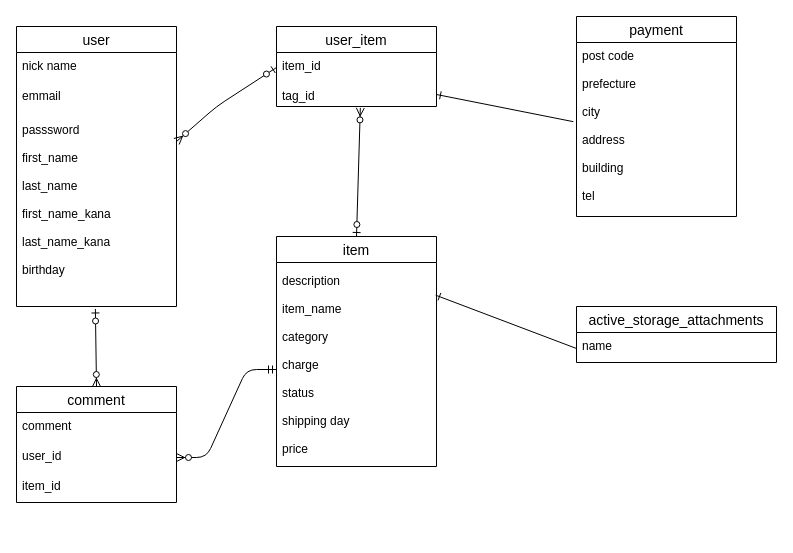
tasukuyusato/furima-38444 keeps this draw.io diagram as test.dio. Above is the earlier version. Source tidied: cells renumbered, new cells numbered last; positions are measured from the earlier drawing's top-left corner, leaving out a move shared by most shapes. Both pictures are drawn from the tidied source at 100%, with x=0, y=0 at pixel (16, 16).
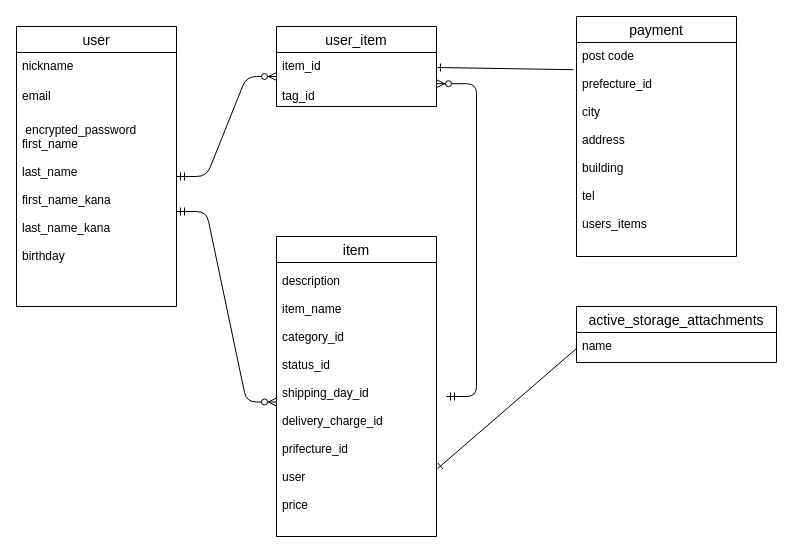
The same page after the edit.

Unchanged cells that the change refers to:
```xml
<mxCell id="2" value="user" style="swimlane;fontStyle=0;horizontal=1;startSize=26;align=center;fontSize=14;" parent="1" vertex="1">
  <mxGeometry y="10" width="160" height="280" as="geometry" />
</mxCell>
<mxCell id="12" value="item_id" style="text;strokeColor=none;fillColor=none;spacingLeft=4;spacingRight=4;overflow=hidden;points=[[0,0.5],[1,0.5]];portConstraint=eastwest;fontSize=12;" parent="11" vertex="1">
  <mxGeometry y="26" width="160" height="30" as="geometry" />
</mxCell>
<mxCell id="13" value="tag_id" style="text;strokeColor=none;fillColor=none;spacingLeft=4;spacingRight=4;overflow=hidden;points=[[0,0.5],[1,0.5]];portConstraint=eastwest;fontSize=12;" parent="11" vertex="1">
  <mxGeometry y="56" width="160" height="24" as="geometry" />
</mxCell>
<mxCell id="14" value="active_storage_attachments" style="swimlane;fontStyle=0;horizontal=1;startSize=26;align=center;fontSize=14;" parent="1" vertex="1">
  <mxGeometry x="560" y="290" width="200" height="56" as="geometry" />
</mxCell>
```

What changed in the source:
```diff
@@
-    <mxCell id="3" value="nick name" style="text;strokeColor=none;fillColor=none;spacingLeft=4;spacingRight=4;overflow=hidden;fontSize=12;" parent="2" vertex="1">
+    <mxCell id="3" value="nickname" style="text;strokeColor=none;fillColor=none;spacingLeft=4;spacingRight=4;overflow=hidden;fontSize=12;" parent="2" vertex="1">
       <mxGeometry y="26" width="160" height="30" as="geometry" />
     </mxCell>
-    <mxCell id="4" value="emmail" style="text;strokeColor=none;fillColor=none;spacingLeft=4;spacingRight=4;overflow=hidden;fontSize=12;" parent="2" vertex="1">
+    <mxCell id="4" value="email" style="text;strokeColor=none;fillColor=none;spacingLeft=4;spacingRight=4;overflow=hidden;fontSize=12;" parent="2" vertex="1">
       <mxGeometry y="56" width="160" height="224" as="geometry" />
     </mxCell>
-    <mxCell id="5" value="comment" style="swimlane;fontStyle=0;horizontal=1;startSize=26;align=center;fontSize=14;" parent="1" vertex="1">
-      <mxGeometry y="370" width="160" height="116" as="geometry" />
-    </mxCell>
-    <mxCell id="6" value="comment" style="text;strokeColor=none;fillColor=none;spacingLeft=4;spacingRight=4;overflow=hidden;fontSize=12;" parent="5" vertex="1">
-      <mxGeometry y="26" width="160" height="30" as="geometry" />
-    </mxCell>
-    <mxCell id="7" value="user_id" style="text;strokeColor=none;fillColor=none;spacingLeft=4;spacingRight=4;overflow=hidden;points=[[0,0.5],[1,0.5]];portConstraint=eastwest;fontSize=12;" parent="5" vertex="1">
-      <mxGeometry y="56" width="160" height="30" as="geometry" />
-    </mxCell>
-    <mxCell id="8" value="item_id" style="text;strokeColor=none;fillColor=none;spacingLeft=4;spacingRight=4;overflow=hidden;fontSize=12;" parent="5" vertex="1">
-      <mxGeometry y="86" width="160" height="30" as="geometry" />
-    </mxCell>
-    <mxCell id="9" value="passsword&#10;&#10;first_name&#10;&#10;last_name&#10;&#10;first_name_kana&#10;&#10;last_name_kana&#10;&#10;birthday" style="text;strokeColor=none;fillColor=none;spacingLeft=4;spacingRight=4;overflow=hidden;points=[[0,0.5],[1,0.5]];portConstraint=eastwest;fontSize=12;" parent="1" vertex="1">
+    <mxCell id="9" value=" encrypted_password&#10;first_name&#10;&#10;last_name&#10;&#10;first_name_kana&#10;&#10;last_name_kana&#10;&#10;birthday" style="text;strokeColor=none;fillColor=none;spacingLeft=4;spacingRight=4;overflow=hidden;points=[[0,0.5],[1,0.5]];portConstraint=eastwest;fontSize=12;" parent="1" vertex="1">
       <mxGeometry y="100" width="160" height="190" as="geometry" />
     </mxCell>
     <mxCell id="10" value="item" style="swimlane;fontStyle=0;horizontal=1;startSize=26;align=center;fontSize=14;" parent="1" vertex="1">
-      <mxGeometry x="260" y="220" width="160" height="230" as="geometry" />
+      <mxGeometry x="260" y="220" width="160" height="300" as="geometry" />
     </mxCell>
@@
     <mxCell id="16" value="payment" style="swimlane;fontStyle=0;horizontal=1;startSize=26;align=center;fontSize=14;" parent="1" vertex="1">
-      <mxGeometry x="560" width="160" height="200" as="geometry" />
+      <mxGeometry x="560" width="160" height="240" as="geometry" />
     </mxCell>
-    <mxCell id="17" value="post code&#10;&#10;prefecture&#10;&#10;city&#10;&#10;address&#10;&#10;building&#10;&#10;tel" style="text;strokeColor=none;fillColor=none;spacingLeft=4;spacingRight=4;overflow=hidden;points=[[0,0.5],[1,0.5]];portConstraint=eastwest;fontSize=12;" parent="16" vertex="1">
-      <mxGeometry y="26" width="160" height="174" as="geometry" />
+    <mxCell id="17" value="post code&#10;&#10;prefecture_id&#10;&#10;city&#10;&#10;address&#10;&#10;building&#10;&#10;tel&#10;&#10;users_items" style="text;strokeColor=none;fillColor=none;spacingLeft=4;spacingRight=4;overflow=hidden;points=[[0,0.5],[1,0.5]];portConstraint=eastwest;fontSize=12;" parent="16" vertex="1">
+      <mxGeometry y="26" width="160" height="214" as="geometry" />
     </mxCell>
-    <mxCell id="18" style="fontSize=12;html=1;endArrow=ERzeroToMany;startArrow=ERzeroToOne;entryX=0.5;entryY=0;entryDx=0;entryDy=0;exitX=0.493;exitY=1.013;exitDx=0;exitDy=0;exitPerimeter=0;" parent="1" edge="1" source="9" target="5">
-      <mxGeometry relative="1" as="geometry" />
-    </mxCell>
-    <mxCell id="19" style="fontSize=12;html=1;endArrow=ERone;endFill=1;exitX=0;exitY=0.75;exitDx=0;exitDy=0;entryX=0.995;entryY=0.253;entryDx=0;entryDy=0;entryPerimeter=0;" parent="1" edge="1" source="14">
-      <mxGeometry relative="1" as="geometry">
-        <mxPoint x="419.2" y="278.7" as="targetPoint" />
-      </mxGeometry>
+    <mxCell id="19" style="fontSize=12;html=1;endArrow=ERone;endFill=1;exitX=0;exitY=0.75;exitDx=0;exitDy=0;entryX=1.006;entryY=0.748;entryDx=0;entryDy=0;entryPerimeter=0;" parent="1" edge="1" source="14" target="24">
+      <mxGeometry relative="1" as="geometry" />
     </mxCell>
-    <mxCell id="20" style="edgeStyle=entityRelationEdgeStyle;fontSize=12;html=1;endArrow=ERzeroToMany;startArrow=ERmandOne;exitX=0;exitY=0.5;exitDx=0;exitDy=0;entryX=1;entryY=0.5;entryDx=0;entryDy=0;" parent="1" edge="1" source="24" target="7">
-      <mxGeometry relative="1" as="geometry" />
-    </mxCell>
-    <mxCell id="21" style="fontSize=12;html=1;endArrow=ERzeroToMany;startArrow=ERzeroToOne;exitX=0;exitY=0.5;exitDx=0;exitDy=0;" parent="1" edge="1" source="12" target="9">
-      <mxGeometry relative="1" as="geometry">
-        <Array as="points">
-          <mxPoint x="200" y="90" />
-        </Array>
-      </mxGeometry>
-    </mxCell>
-    <mxCell id="22" style="fontSize=12;html=1;endArrow=ERzeroToMany;startArrow=ERzeroToOne;exitX=0.5;exitY=0;exitDx=0;exitDy=0;entryX=0.524;entryY=1.058;entryDx=0;entryDy=0;entryPerimeter=0;" parent="1" edge="1" source="10" target="13">
-      <mxGeometry relative="1" as="geometry" />
-    </mxCell>
-    <mxCell id="23" style="fontSize=12;html=1;endArrow=ERone;endFill=1;exitX=-0.02;exitY=0.455;exitDx=0;exitDy=0;exitPerimeter=0;entryX=1;entryY=0.5;entryDx=0;entryDy=0;" parent="1" edge="1" source="17" target="13">
+    <mxCell id="23" style="fontSize=12;html=1;endArrow=ERone;endFill=1;exitX=-0.019;exitY=0.127;exitDx=0;exitDy=0;exitPerimeter=0;entryX=1;entryY=0.5;entryDx=0;entryDy=0;" parent="1" edge="1" source="17" target="12">
       <mxGeometry relative="1" as="geometry" />
     </mxCell>
-    <mxCell id="24" value="description&#10;&#10;item_name&#10;&#10;category&#10;&#10;charge&#10;&#10;status&#10;&#10;shipping day&#10;&#10;price&#10;&#10;" style="text;strokeColor=none;fillColor=none;spacingLeft=4;spacingRight=4;overflow=hidden;points=[[0,0.5],[1,0.5]];portConstraint=eastwest;fontSize=12;" parent="1" vertex="1">
-      <mxGeometry x="260" y="251" width="160" height="204" as="geometry" />
+    <mxCell id="24" value="description&#10;&#10;item_name&#10;&#10;category_id&#10;&#10;status_id&#10;&#10;shipping_day_id&#10;&#10;delivery_charge_id&#10;&#10;prifecture_id&#10;&#10;user&#10;&#10;price&#10;&#10;&#10;" style="text;strokeColor=none;fillColor=none;spacingLeft=4;spacingRight=4;overflow=hidden;points=[[0,0.5],[1,0.5]];portConstraint=eastwest;fontSize=12;" parent="1" vertex="1">
+      <mxGeometry x="260" y="251" width="160" height="269" as="geometry" />
     </mxCell>
+    <mxCell id="25" style="edgeStyle=entityRelationEdgeStyle;fontSize=12;html=1;endArrow=ERzeroToMany;startArrow=ERmandOne;" parent="1" edge="1">
+      <mxGeometry relative="1" as="geometry">
+        <mxPoint x="160" y="160" as="sourcePoint" />
+        <mxPoint x="260" y="60" as="targetPoint" />
+      </mxGeometry>
+    </mxCell>
+    <mxCell id="26" style="edgeStyle=entityRelationEdgeStyle;fontSize=12;html=1;endArrow=ERzeroToMany;startArrow=ERmandOne;entryX=1;entryY=0.05;entryDx=0;entryDy=0;entryPerimeter=0;" parent="1" edge="1" target="13">
+      <mxGeometry relative="1" as="geometry">
+        <mxPoint x="430" y="380" as="sourcePoint" />
+      </mxGeometry>
+    </mxCell>
+    <mxCell id="27" style="edgeStyle=entityRelationEdgeStyle;fontSize=12;html=1;endArrow=ERzeroToMany;startArrow=ERmandOne;entryX=0;entryY=0.5;entryDx=0;entryDy=0;" parent="1" edge="1" source="9" target="24">
+      <mxGeometry relative="1" as="geometry" />
+    </mxCell>
```
